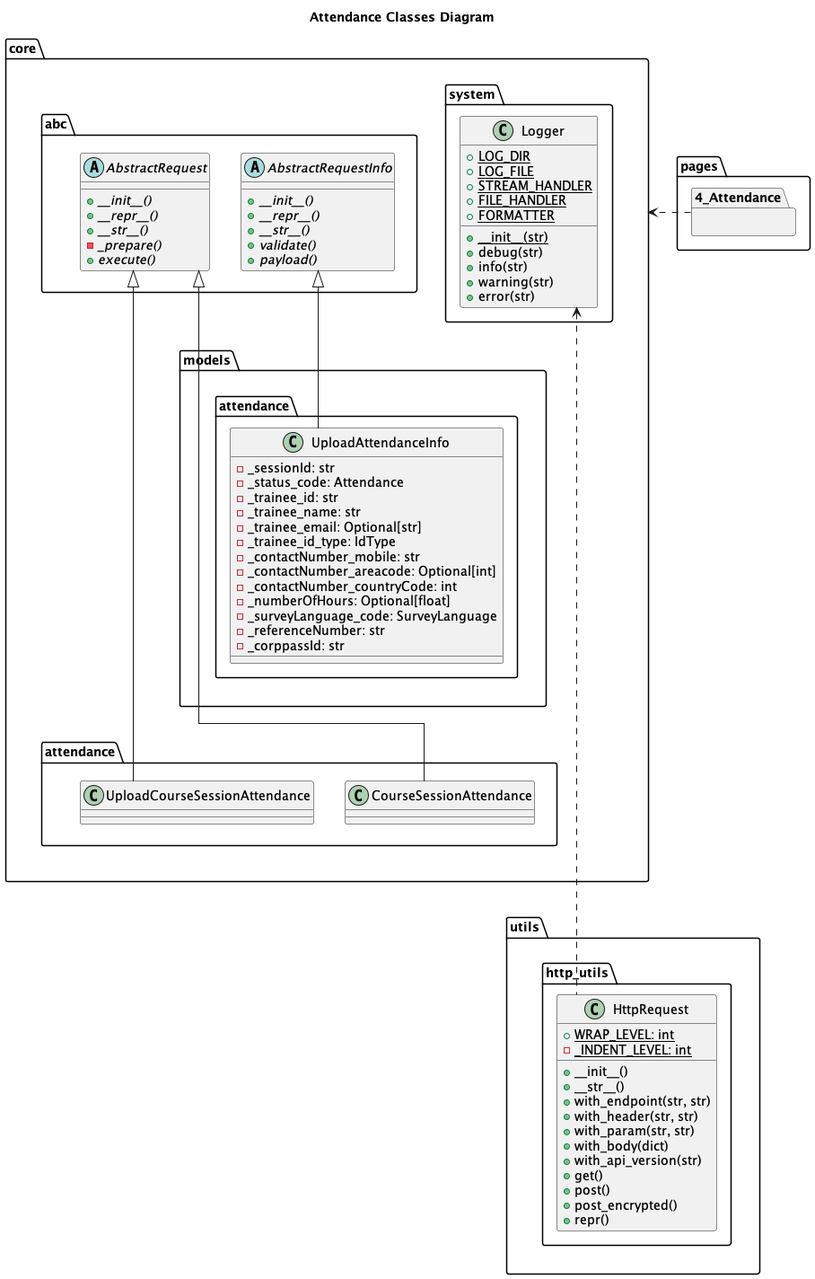
This is SSG-API-Testing-Application-v2/docs/assets/developer-guide/classes/core/AttendanceClassesDiagram-Attendance_Classes_Diagram.png from ssg-wsg/Sample-Codes, a PlantUML export, as it was before one commit.
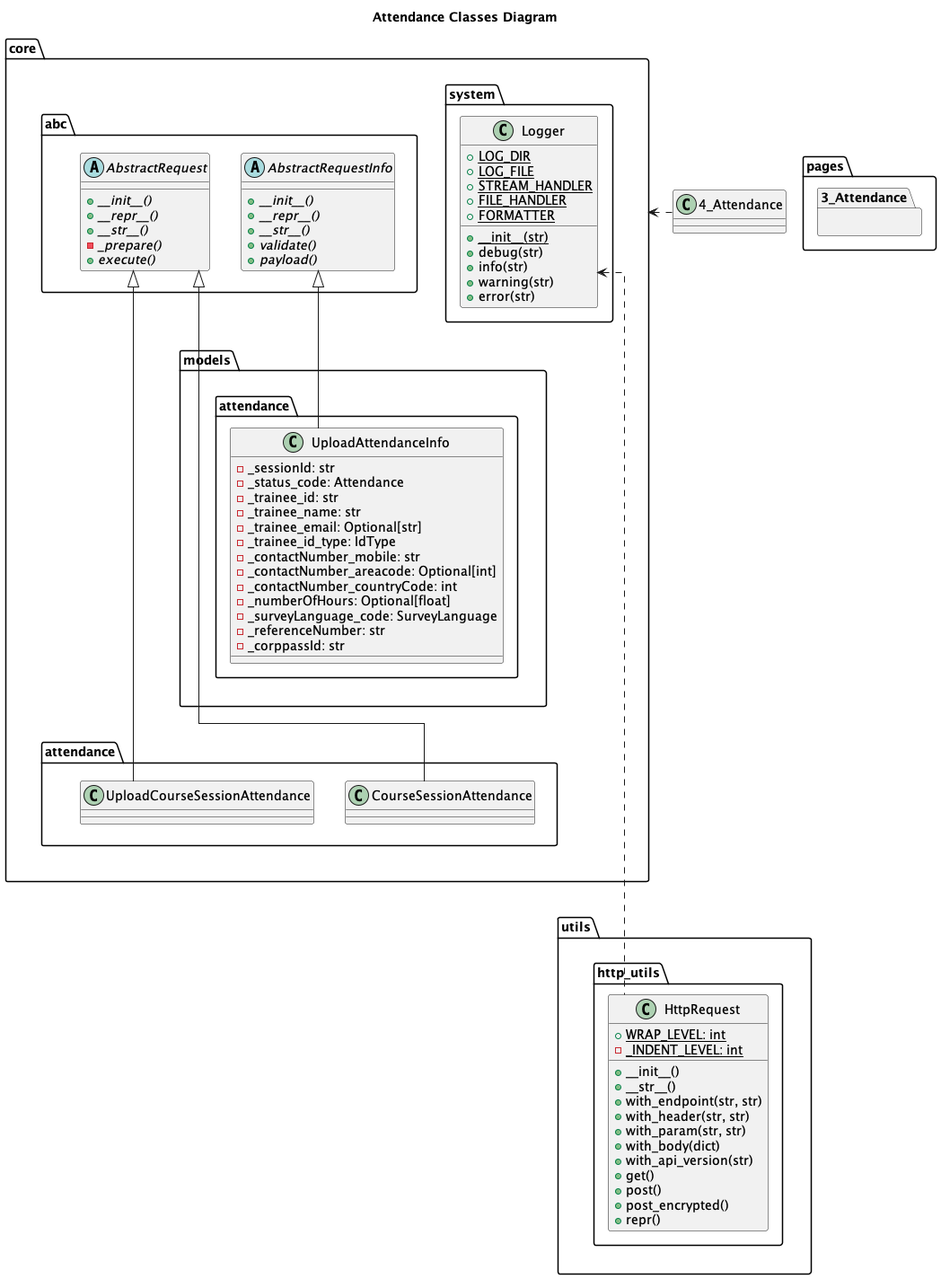
The same diagram one commit later.

What changed in the source:
```diff
@@ -5,7 +5,7 @@
 title Attendance Classes Diagram
 
 package pages {
-    package 4_Attendance {
+    package 3_Attendance {
 
     }
 }
```
